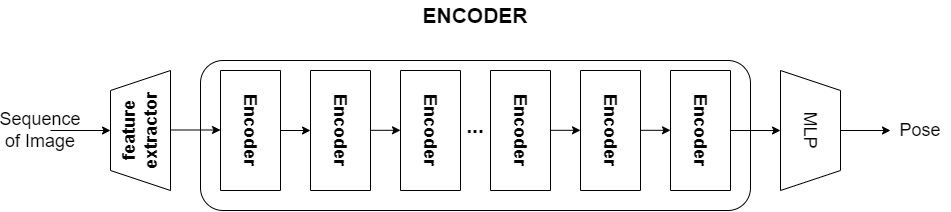
Before: images/4_encoder_only.png, a diagram exported from draw.io (WenXiaowei/MasterDegreeThesis). Source tidied: cells renumbered, new cells last; positions are measured from the earlier drawing's top-left corner, leaving out a move shared by most shapes.
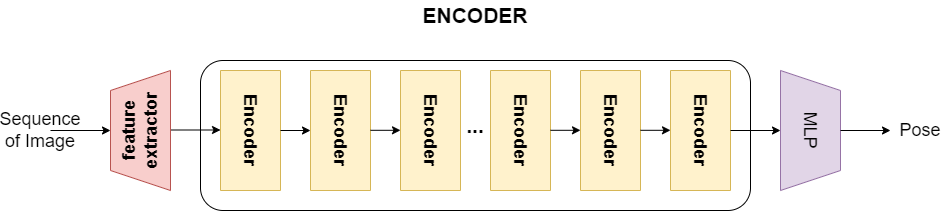
After the commit.

Diff of the diagram source:
```diff
@@ -5,7 +5,7 @@
     <mxCell id="2" style="rounded=1;whiteSpace=wrap;html=1;labelBackgroundColor=none;labelBorderColor=none;fontSize=18;" parent="1" vertex="1">
       <mxGeometry x="190" y="60" width="550" height="150" as="geometry" />
     </mxCell>
-    <mxCell id="3" value="Encoder" style="rounded=0;whiteSpace=wrap;html=1;rotation=90;fontSize=18;fontStyle=1;" parent="1" vertex="1">
+    <mxCell id="3" value="Encoder" style="rounded=0;whiteSpace=wrap;html=1;rotation=90;fontSize=18;fontStyle=1;fillColor=#fff2cc;strokeColor=#d6b656;" parent="1" vertex="1">
       <mxGeometry x="180" y="100" width="120" height="60" as="geometry" />
     </mxCell>
     <mxCell id="4" style="endArrow=classic;html=1;rounded=0;exitX=0.5;exitY=0;exitDx=0;exitDy=0;" parent="1" edge="1" source="3">
@@ -13,19 +13,19 @@
         <mxPoint x="300" y="130" as="targetPoint" />
       </mxGeometry>
     </mxCell>
-    <mxCell id="5" value="Encoder" style="rounded=0;whiteSpace=wrap;html=1;rotation=90;fontSize=18;fontStyle=1;" parent="1" vertex="1">
+    <mxCell id="5" value="Encoder" style="rounded=0;whiteSpace=wrap;html=1;rotation=90;fontSize=18;fontStyle=1;fillColor=#fff2cc;strokeColor=#d6b656;" parent="1" vertex="1">
       <mxGeometry x="270" y="100" width="120" height="60" as="geometry" />
     </mxCell>
-    <mxCell id="6" value="Encoder" style="rounded=0;whiteSpace=wrap;html=1;rotation=90;fontSize=18;fontStyle=1;" parent="1" vertex="1">
+    <mxCell id="6" value="Encoder" style="rounded=0;whiteSpace=wrap;html=1;rotation=90;fontSize=18;fontStyle=1;fillColor=#fff2cc;strokeColor=#d6b656;" parent="1" vertex="1">
       <mxGeometry x="360" y="100" width="120" height="60" as="geometry" />
     </mxCell>
-    <mxCell id="7" value="Encoder" style="rounded=0;whiteSpace=wrap;html=1;rotation=90;fontSize=18;fontStyle=1;" parent="1" vertex="1">
+    <mxCell id="7" value="Encoder" style="rounded=0;whiteSpace=wrap;html=1;rotation=90;fontSize=18;fontStyle=1;fillColor=#fff2cc;strokeColor=#d6b656;" parent="1" vertex="1">
       <mxGeometry x="450" y="100" width="120" height="60" as="geometry" />
     </mxCell>
-    <mxCell id="8" value="Encoder" style="rounded=0;whiteSpace=wrap;html=1;rotation=90;fontSize=18;fontStyle=1;" parent="1" vertex="1">
+    <mxCell id="8" value="Encoder" style="rounded=0;whiteSpace=wrap;html=1;rotation=90;fontSize=18;fontStyle=1;fillColor=#fff2cc;strokeColor=#d6b656;" parent="1" vertex="1">
       <mxGeometry x="540" y="100" width="120" height="60" as="geometry" />
     </mxCell>
-    <mxCell id="9" value="Encoder" style="rounded=0;whiteSpace=wrap;html=1;rotation=90;fontSize=18;fontStyle=1;" parent="1" vertex="1">
+    <mxCell id="9" value="Encoder" style="rounded=0;whiteSpace=wrap;html=1;rotation=90;fontSize=18;fontStyle=1;fillColor=#fff2cc;strokeColor=#d6b656;" parent="1" vertex="1">
       <mxGeometry x="630" y="100" width="120" height="60" as="geometry" />
     </mxCell>
     <mxCell id="10" style="endArrow=classic;html=1;rounded=0;exitX=0.5;exitY=0;exitDx=0;exitDy=0;" parent="1" edge="1" source="9">
@@ -39,10 +39,10 @@
         <mxPoint x="210" y="129.5" as="targetPoint" />
       </mxGeometry>
     </mxCell>
-    <mxCell id="12" value="feature extractor" style="shape=trapezoid;perimeter=trapezoidPerimeter;whiteSpace=wrap;html=1;fixedSize=1;labelBackgroundColor=none;labelBorderColor=none;fontSize=18;rotation=-90;fontStyle=1;" parent="1" vertex="1">
+    <mxCell id="12" value="feature extractor" style="shape=trapezoid;perimeter=trapezoidPerimeter;whiteSpace=wrap;html=1;fixedSize=1;labelBackgroundColor=none;labelBorderColor=none;fontSize=18;rotation=-90;fontStyle=1;fillColor=#f8cecc;strokeColor=#b85450;" parent="1" vertex="1">
       <mxGeometry x="70" y="100" width="120" height="60" as="geometry" />
     </mxCell>
-    <mxCell id="13" value="MLP" style="shape=trapezoid;perimeter=trapezoidPerimeter;whiteSpace=wrap;html=1;fixedSize=1;labelBackgroundColor=none;labelBorderColor=none;fontSize=18;rotation=90;" parent="1" vertex="1">
+    <mxCell id="13" value="MLP" style="shape=trapezoid;perimeter=trapezoidPerimeter;whiteSpace=wrap;html=1;fixedSize=1;labelBackgroundColor=none;labelBorderColor=none;fontSize=18;rotation=90;fillColor=#e1d5e7;strokeColor=#9673a6;" parent="1" vertex="1">
       <mxGeometry x="740" y="100" width="120" height="60" as="geometry" />
     </mxCell>
     <mxCell id="14" style="endArrow=classic;html=1;rounded=0;fontSize=18;entryX=0.5;entryY=0;entryDx=0;entryDy=0;" parent="1" edge="1" target="12">
```
